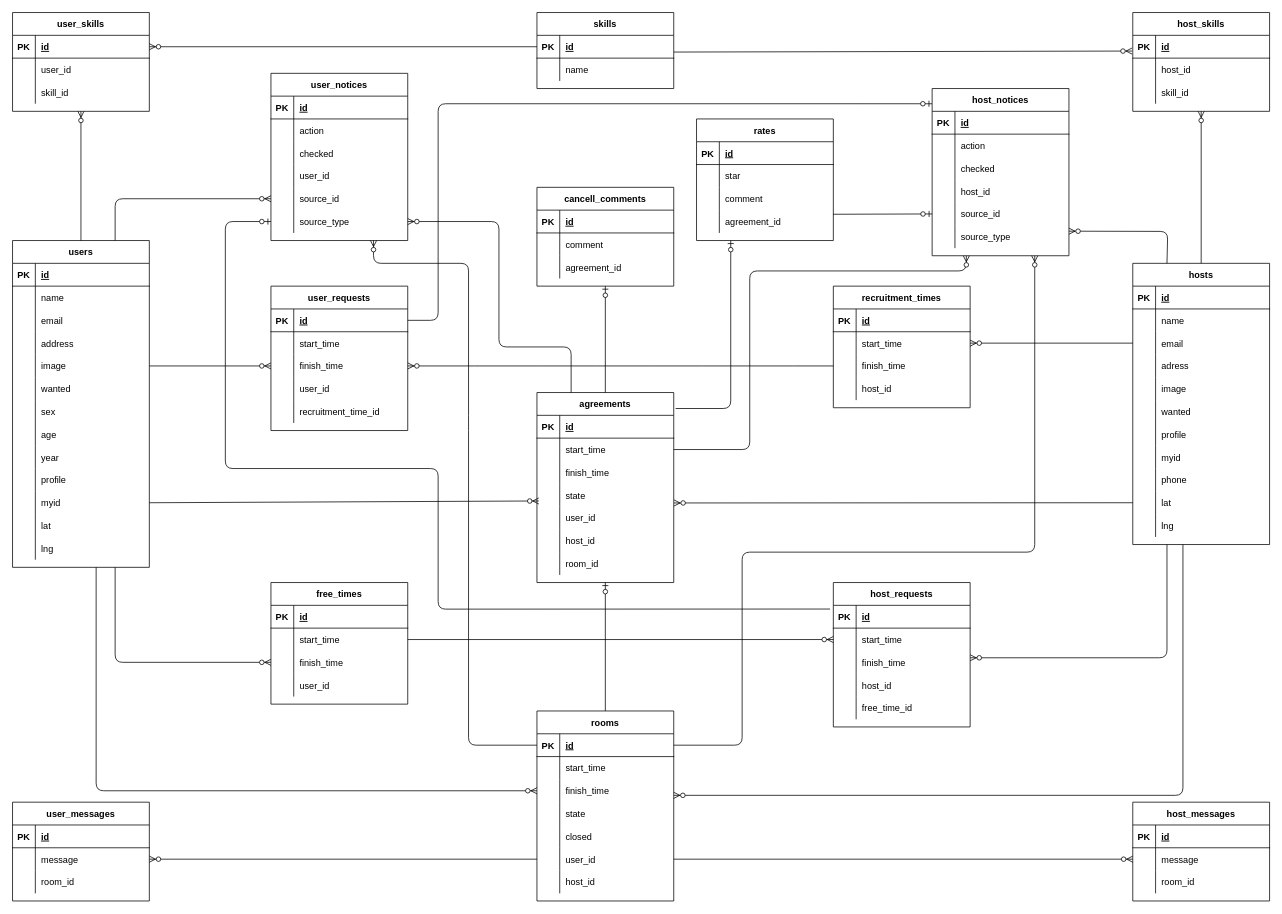
Earlier version of the draw.io diagram ER.drawio (Sato1994/nurse_app). Source tidied: cells renumbered, new cells numbered last; positions are measured from the earlier drawing's top-left corner, leaving out a move shared by most shapes. Both pictures are drawn from the tidied source at 76%, with x=0, y=0 at pixel (12, 12).
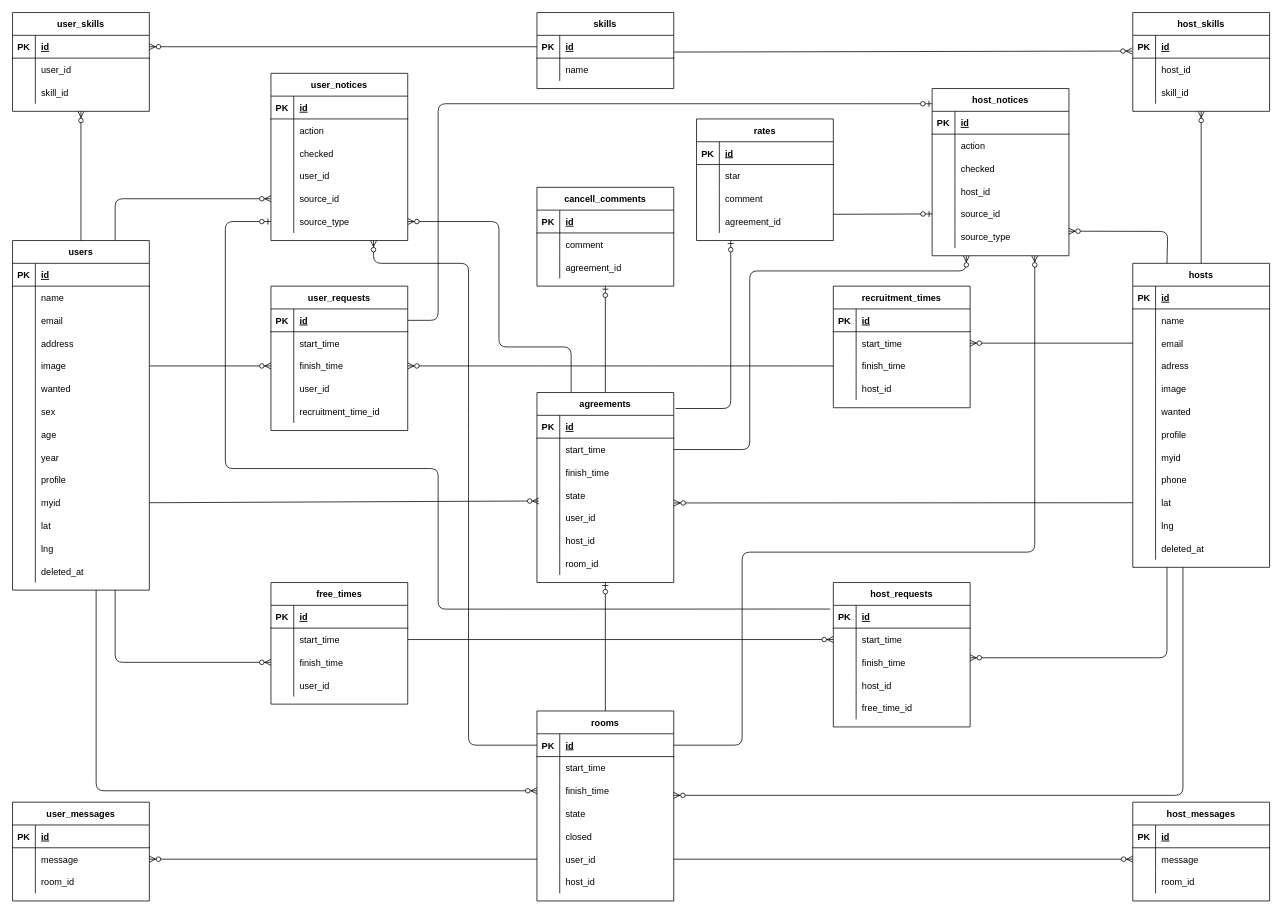
Above is the later version.

The change refers to these unchanged cells:
```xml
<mxCell id="116" style="shape=partialRectangle;fillColor=none;top=0;left=0;bottom=0;right=0;points=[[0,0.5],[1,0.5]];portConstraint=eastwest;rounded=0;" parent="109" vertex="1">
  <mxGeometry y="90" width="180" height="30" as="geometry" />
</mxCell>
```

Change to the diagram source:
```diff
@@
     <mxCell id="141" value="hosts" style="shape=table;startSize=30;childLayout=tableLayout;rowLines=0;fontStyle=1;align=center;rounded=0;" parent="1" vertex="1">
-      <mxGeometry x="1474" y="330" width="180" height="370" as="geometry" />
+      <mxGeometry x="1474" y="330" width="180" height="400" as="geometry" />
     </mxCell>
@@
+    <mxCell id="314" style="shape=partialRectangle;fillColor=none;top=0;left=0;bottom=0;right=0;rounded=0;" parent="141" vertex="1">
+      <mxGeometry y="360" width="180" height="30" as="geometry" />
+    </mxCell>
+    <mxCell id="315" style="shape=partialRectangle;fillColor=none;top=0;left=0;bottom=0;right=0;overflow=hidden;rounded=0;" parent="314" vertex="1">
+      <mxGeometry width="30" height="30" as="geometry" />
+    </mxCell>
+    <mxCell id="316" value="deleted_at" style="shape=partialRectangle;fillColor=none;top=0;left=0;bottom=0;right=0;align=left;spacingLeft=6;overflow=hidden;rounded=0;" parent="314" vertex="1">
+      <mxGeometry x="30" width="150" height="30" as="geometry" />
+    </mxCell>
@@
     <mxCell id="195" value="users" style="shape=table;startSize=30;childLayout=tableLayout;rowLines=0;fontStyle=1;align=center;rounded=0;" parent="1" vertex="1">
-      <mxGeometry y="300" width="180" height="430" as="geometry" />
+      <mxGeometry y="300" width="180" height="460" as="geometry" />
     </mxCell>
@@
+    <mxCell id="317" style="shape=partialRectangle;fillColor=none;top=0;left=0;bottom=0;right=0;rounded=0;" parent="195" vertex="1">
+      <mxGeometry y="420" width="180" height="30" as="geometry" />
+    </mxCell>
+    <mxCell id="318" style="shape=partialRectangle;fillColor=none;top=0;left=0;bottom=0;right=0;overflow=hidden;rounded=0;" parent="317" vertex="1">
+      <mxGeometry width="30" height="30" as="geometry" />
+    </mxCell>
+    <mxCell id="319" value="deleted_at" style="shape=partialRectangle;fillColor=none;top=0;left=0;bottom=0;right=0;align=left;spacingLeft=6;overflow=hidden;rounded=0;" parent="317" vertex="1">
+      <mxGeometry x="30" width="150" height="30" as="geometry" />
+    </mxCell>
@@
     <mxCell id="251" style="fontSize=12;html=1;endArrow=ERzeroToMany;endFill=1;entryX=0;entryY=0.5;entryDx=0;entryDy=0;" parent="1" edge="1" target="116">
       <mxGeometry relative="1" as="geometry">
-        <mxPoint x="110" y="730" as="sourcePoint" />
+        <mxPoint x="110" y="760" as="sourcePoint" />
         <Array as="points">
           <mxPoint x="110" y="1024" />
         </Array>
       </mxGeometry>
     </mxCell>
     <mxCell id="252" style="fontSize=12;html=1;endArrow=ERzeroToMany;endFill=1;" parent="1" edge="1">
       <mxGeometry relative="1" as="geometry">
-        <mxPoint x="1540" y="700" as="sourcePoint" />
+        <mxPoint x="1540" y="730" as="sourcePoint" />
         <mxPoint x="870" y="1030" as="targetPoint" />
         <Array as="points">
           <mxPoint x="1540" y="1030" />
         </Array>
       </mxGeometry>
     </mxCell>
```
